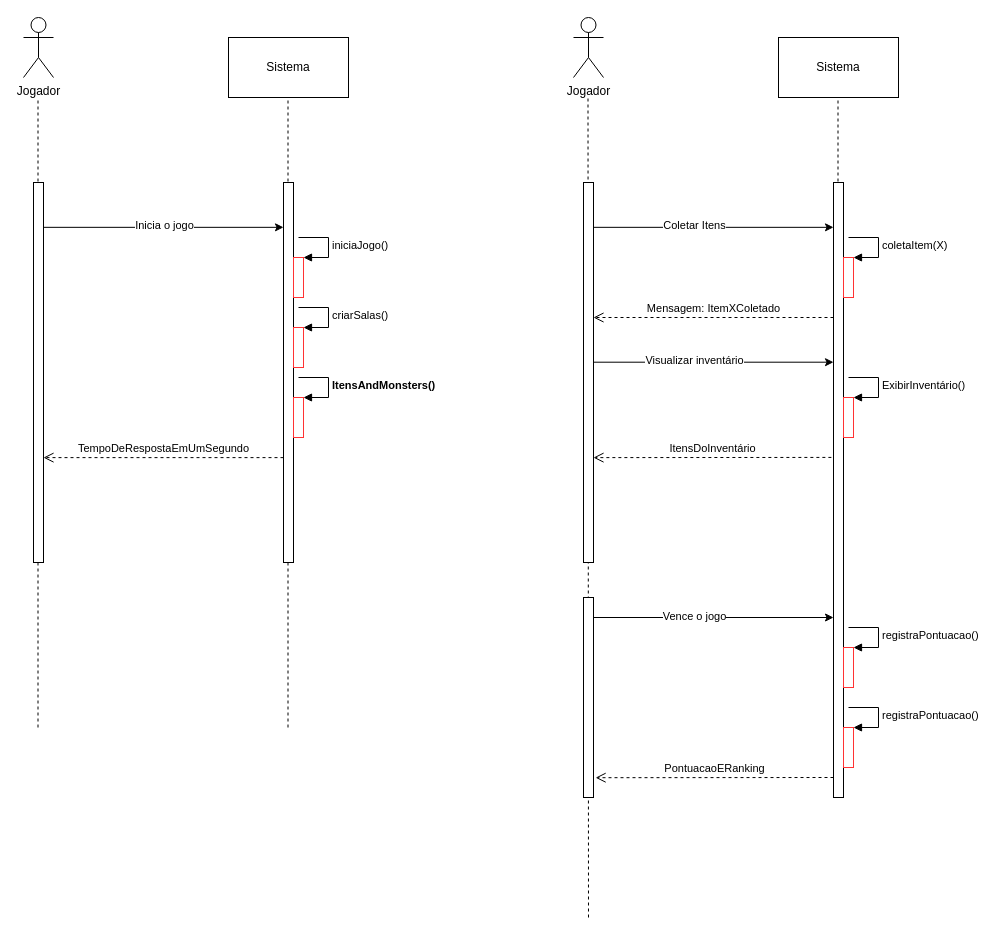
Earlier version of the draw.io diagram page "Visão Funcional" (2 of 4) of Descrição da Arquitetura.drawio (renanreyc/EngenhariaDeSoftware). Source tidied: cells renumbered, new cells numbered last; positions are measured from the earlier drawing's top-left corner, leaving out a move shared by most shapes. Both pictures are drawn from the tidied source at 100%, with x=0, y=0 at pixel (23, 17).
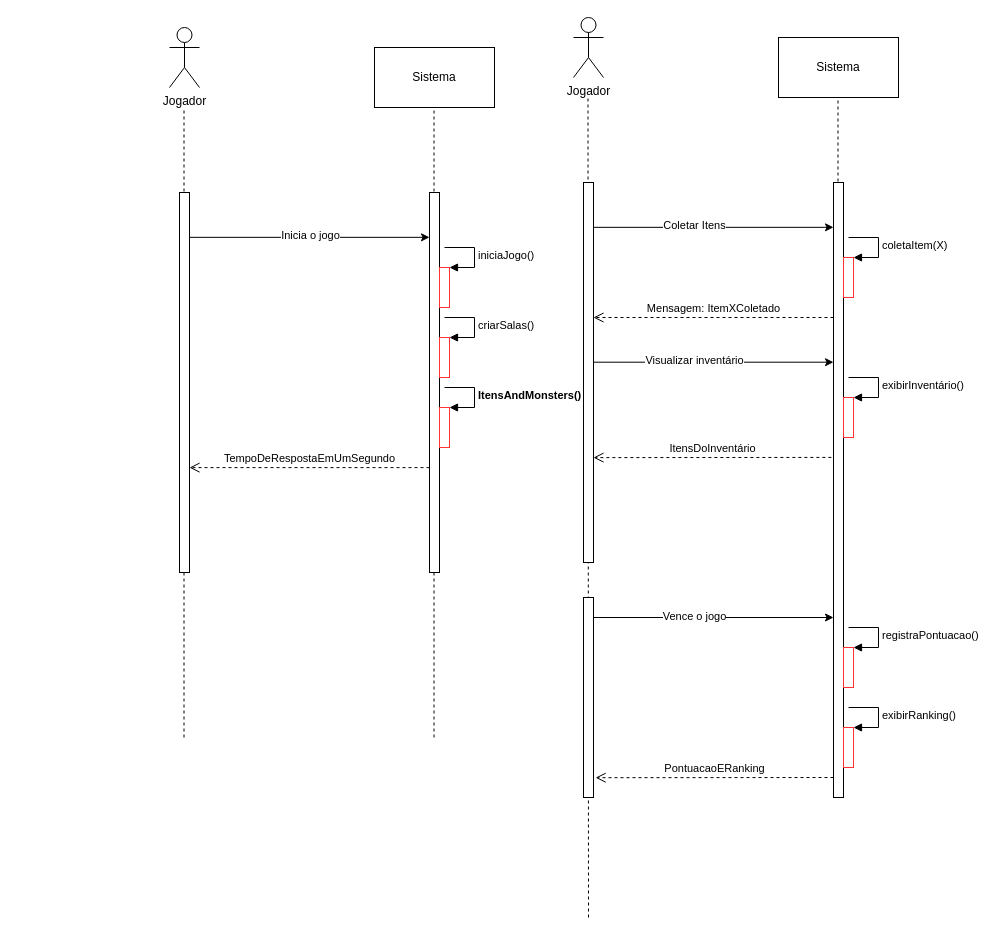
Above is the later version.

Unchanged cells that the change refers to:
```xml
<mxCell id="27" style="html=1;points=[];perimeter=orthogonalPerimeter;strokeColor=#FF3333;fillColor=none;" parent="1" vertex="1">
  <mxGeometry x="820" y="380" width="10" height="40" as="geometry" />
</mxCell>
<mxCell id="38" style="html=1;points=[];perimeter=orthogonalPerimeter;strokeColor=#FF3333;fillColor=none;" parent="1" vertex="1">
  <mxGeometry x="820" y="710" width="10" height="40" as="geometry" />
</mxCell>
```

Change to the diagram source:
```diff
@@
     <mxCell id="2" style="endArrow=none;dashed=1;html=1;rounded=0;" parent="1" edge="1">
       <mxGeometry relative="1" as="geometry">
-        <mxPoint x="14.5" y="710" as="sourcePoint" />
-        <mxPoint x="14.5" y="80" as="targetPoint" />
+        <mxPoint x="160.5" y="720" as="sourcePoint" />
+        <mxPoint x="160.5" y="90" as="targetPoint" />
       </mxGeometry>
     </mxCell>
     <mxCell id="3" value="Jogador" style="shape=umlActor;verticalLabelPosition=bottom;verticalAlign=top;html=1;" parent="1" vertex="1">
-      <mxGeometry width="30" height="60" as="geometry" />
+      <mxGeometry x="146" y="10" width="30" height="60" as="geometry" />
     </mxCell>
     <mxCell id="4" style="html=1;points=[];perimeter=orthogonalPerimeter;" parent="1" vertex="1">
-      <mxGeometry x="10" y="165" width="10" height="380" as="geometry" />
+      <mxGeometry x="156" y="175" width="10" height="380" as="geometry" />
     </mxCell>
@@
     <mxCell id="7" style="endArrow=none;dashed=1;html=1;rounded=0;" parent="1" edge="1">
       <mxGeometry relative="1" as="geometry">
-        <mxPoint x="264.5" y="710" as="sourcePoint" />
-        <mxPoint x="264.5" y="80" as="targetPoint" />
+        <mxPoint x="410.5" y="720" as="sourcePoint" />
+        <mxPoint x="410.5" y="90" as="targetPoint" />
       </mxGeometry>
     </mxCell>
     <mxCell id="8" style="html=1;points=[];perimeter=orthogonalPerimeter;" parent="1" vertex="1">
-      <mxGeometry x="260" y="165" width="10" height="380" as="geometry" />
+      <mxGeometry x="406" y="175" width="10" height="380" as="geometry" />
     </mxCell>
     <mxCell id="9" value="Sistema" style="rounded=0;whiteSpace=wrap;html=1;" parent="1" vertex="1">
-      <mxGeometry x="205" y="20" width="120" height="60" as="geometry" />
+      <mxGeometry x="351" y="30" width="120" height="60" as="geometry" />
     </mxCell>
     <mxCell id="10" style="html=1;points=[];perimeter=orthogonalPerimeter;strokeColor=#FF3333;fillColor=none;" parent="1" vertex="1">
-      <mxGeometry x="270" y="240" width="10" height="40" as="geometry" />
+      <mxGeometry x="416" y="250" width="10" height="40" as="geometry" />
     </mxCell>
     <mxCell id="11" value="iniciaJogo()" style="edgeStyle=orthogonalEdgeStyle;html=1;align=left;spacingLeft=2;endArrow=block;rounded=0;entryX=1;entryY=0;" parent="1" edge="1" target="10">
       <mxGeometry relative="1" as="geometry">
-        <mxPoint x="275" y="220" as="sourcePoint" />
+        <mxPoint x="421" y="230" as="sourcePoint" />
         <Array as="points">
-          <mxPoint x="305" y="220" />
+          <mxPoint x="451" y="230" />
         </Array>
       </mxGeometry>
     </mxCell>
     <mxCell id="12" style="html=1;points=[];perimeter=orthogonalPerimeter;strokeColor=#FF3333;fillColor=none;" parent="1" vertex="1">
-      <mxGeometry x="270" y="310" width="10" height="40" as="geometry" />
+      <mxGeometry x="416" y="320" width="10" height="40" as="geometry" />
     </mxCell>
     <mxCell id="13" value="criarSalas()" style="edgeStyle=orthogonalEdgeStyle;html=1;align=left;spacingLeft=2;endArrow=block;rounded=0;entryX=1;entryY=0;" parent="1" edge="1" target="12">
       <mxGeometry relative="1" as="geometry">
-        <mxPoint x="275" y="290" as="sourcePoint" />
+        <mxPoint x="421" y="300" as="sourcePoint" />
         <Array as="points">
-          <mxPoint x="305" y="290" />
+          <mxPoint x="451" y="300" />
         </Array>
       </mxGeometry>
     </mxCell>
     <mxCell id="14" style="html=1;points=[];perimeter=orthogonalPerimeter;strokeColor=#FF3333;fillColor=none;" parent="1" vertex="1">
-      <mxGeometry x="270" y="380" width="10" height="40" as="geometry" />
+      <mxGeometry x="416" y="390" width="10" height="40" as="geometry" />
     </mxCell>
     <mxCell id="15" value="&lt;b&gt;ItensAndMonsters()&lt;/b&gt;" style="edgeStyle=orthogonalEdgeStyle;html=1;align=left;spacingLeft=2;endArrow=block;rounded=0;entryX=1;entryY=0;" parent="1" edge="1" target="14">
       <mxGeometry relative="1" as="geometry">
-        <mxPoint x="275" y="360" as="sourcePoint" />
+        <mxPoint x="421" y="370" as="sourcePoint" />
         <Array as="points">
-          <mxPoint x="305" y="360" />
+          <mxPoint x="451" y="370" />
         </Array>
       </mxGeometry>
     </mxCell>
@@
-    <mxCell id="28" value="ExibirInventário()" style="edgeStyle=orthogonalEdgeStyle;html=1;align=left;spacingLeft=2;endArrow=block;rounded=0;entryX=1;entryY=0;" parent="1" edge="1" target="27">
+    <mxCell id="28" value="exibirInventário()" style="edgeStyle=orthogonalEdgeStyle;html=1;align=left;spacingLeft=2;endArrow=block;rounded=0;entryX=1;entryY=0;" parent="1" edge="1" target="27">
       <mxGeometry relative="1" as="geometry">
         <mxPoint x="825" y="360" as="sourcePoint" />
         <Array as="points">
           <mxPoint x="855" y="360" />
         </Array>
       </mxGeometry>
     </mxCell>
@@
-    <mxCell id="39" value="registraPontuacao()" style="edgeStyle=orthogonalEdgeStyle;html=1;align=left;spacingLeft=2;endArrow=block;rounded=0;entryX=1;entryY=0;" parent="1" edge="1" target="38">
+    <mxCell id="39" value="exibirRanking()" style="edgeStyle=orthogonalEdgeStyle;html=1;align=left;spacingLeft=2;endArrow=block;rounded=0;entryX=1;entryY=0;" parent="1" edge="1" target="38">
       <mxGeometry relative="1" as="geometry">
         <mxPoint x="825" y="690" as="sourcePoint" />
         <Array as="points">
           <mxPoint x="855" y="690" />
         </Array>
       </mxGeometry>
     </mxCell>
```
